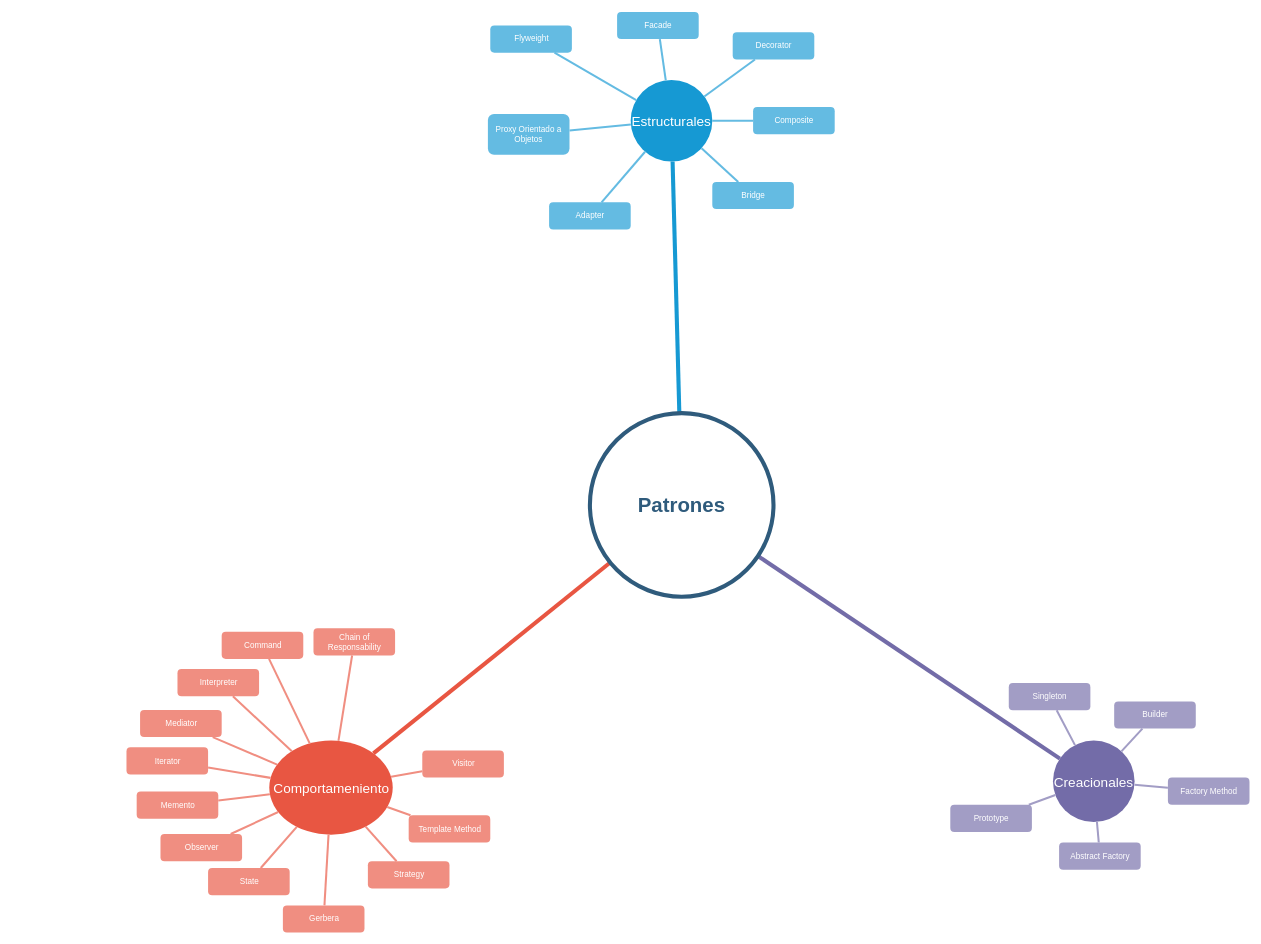
SebastianFGarcia/SebastianFGarcia keeps this draw.io diagram as Untitled Diagram.drawio. Above is the earlier version. Source tidied: cells renumbered, new cells numbered last; positions are measured from the earlier drawing's top-left corner, leaving out a move shared by most shapes. Both pictures are drawn from the tidied source at 68%, with x=0, y=0 at pixel (126, 12).
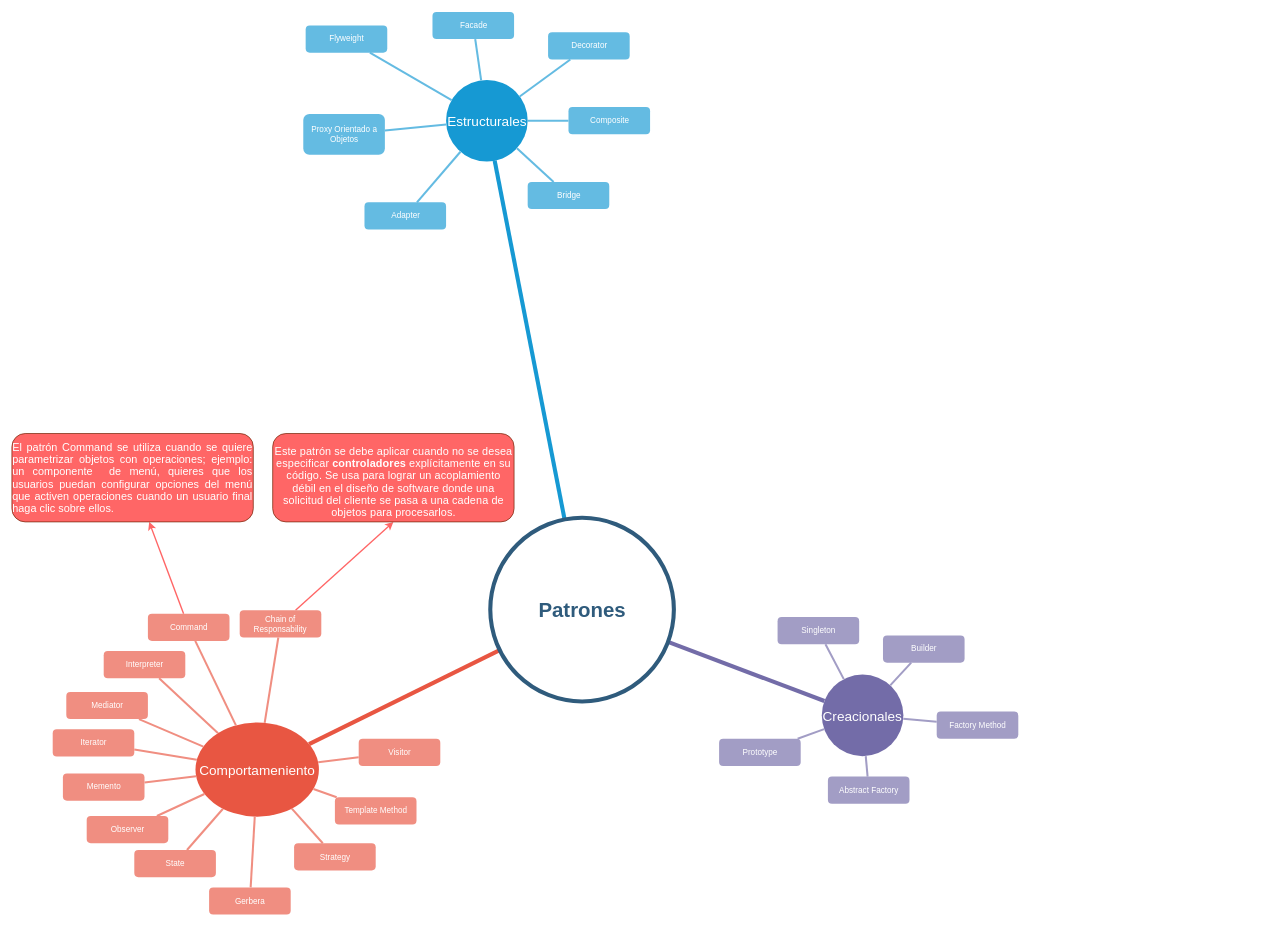
Above is the later version.

What changed in the source:
```diff
@@
     <mxCell id="2" value="Estructurales" style="ellipse;whiteSpace=wrap;html=1;shadow=0;fontFamily=Helvetica;fontSize=20;fontColor=#FFFFFF;align=center;strokeWidth=3;fillColor=#1699D3;strokeColor=none;" parent="1" vertex="1">
-      <mxGeometry x="742" y="100" width="120" height="120" as="geometry" />
+      <mxGeometry x="470.5" y="100" width="120" height="120" as="geometry" />
     </mxCell>
     <mxCell id="3" value="Creacionales" style="ellipse;whiteSpace=wrap;html=1;shadow=0;fontFamily=Helvetica;fontSize=20;fontColor=#FFFFFF;align=center;strokeWidth=3;fillColor=#736ca8;strokeColor=none;" parent="1" vertex="1">
-      <mxGeometry x="1363" y="1071.5" width="120" height="120" as="geometry" />
+      <mxGeometry x="1023" y="974.5" width="120" height="120" as="geometry" />
     </mxCell>
     <mxCell id="4" value="Comportameniento" style="ellipse;whiteSpace=wrap;html=1;shadow=0;fontFamily=Helvetica;fontSize=20;fontColor=#FFFFFF;align=center;strokeWidth=3;fillColor=#E85642;strokeColor=none;" parent="1" vertex="1">
-      <mxGeometry x="210.5" y="1071.5" width="181.5" height="138.5" as="geometry" />
+      <mxGeometry x="102" y="1045" width="181.5" height="138.5" as="geometry" />
     </mxCell>
@@
     <mxCell id="8" value="Proxy Orientado a Objetos" style="rounded=1;fillColor=#64BBE2;strokeColor=none;strokeWidth=3;shadow=0;html=1;fontColor=#FFFFFF;imageAlign=center;whiteSpace=wrap;" parent="1" vertex="1">
-      <mxGeometry x="532" y="150" width="120" height="60" as="geometry" />
+      <mxGeometry x="260.5" y="150" width="120" height="60" as="geometry" />
     </mxCell>
     <mxCell id="9" value="Flyweight" style="rounded=1;fillColor=#64BBE2;strokeColor=none;strokeWidth=3;shadow=0;html=1;fontColor=#FFFFFF;" parent="1" vertex="1">
-      <mxGeometry x="535.5" y="20" width="120" height="40" as="geometry" />
+      <mxGeometry x="264" y="20" width="120" height="40" as="geometry" />
     </mxCell>
     <mxCell id="10" value="Facade" style="rounded=1;fillColor=#64BBE2;strokeColor=none;strokeWidth=3;shadow=0;html=1;fontColor=#FFFFFF;" parent="1" vertex="1">
-      <mxGeometry x="722" width="120" height="40" as="geometry" />
+      <mxGeometry x="450.5" width="120" height="40" as="geometry" />
     </mxCell>
     <mxCell id="11" value="Decorator" style="rounded=1;fillColor=#64BBE2;strokeColor=none;strokeWidth=3;shadow=0;html=1;fontColor=#FFFFFF;" parent="1" vertex="1">
-      <mxGeometry x="892" y="30" width="120" height="40" as="geometry" />
+      <mxGeometry x="620.5" y="30" width="120" height="40" as="geometry" />
     </mxCell>
     <mxCell id="12" value="Bridge" style="rounded=1;fillColor=#64BBE2;strokeColor=none;strokeWidth=3;shadow=0;html=1;fontColor=#FFFFFF;" parent="1" vertex="1">
-      <mxGeometry x="862" y="250" width="120" height="40" as="geometry" />
+      <mxGeometry x="590.5" y="250" width="120" height="40" as="geometry" />
     </mxCell>
     <mxCell id="13" value="Composite" style="rounded=1;fillColor=#64BBE2;strokeColor=none;strokeWidth=3;shadow=0;html=1;fontColor=#FFFFFF;" parent="1" vertex="1">
-      <mxGeometry x="922" y="140" width="120" height="40" as="geometry" />
+      <mxGeometry x="650.5" y="140" width="120" height="40" as="geometry" />
     </mxCell>
     <mxCell id="14" value="Adapter" style="rounded=1;fillColor=#64BBE2;strokeColor=none;strokeWidth=3;shadow=0;html=1;fontColor=#FFFFFF;" parent="1" vertex="1">
-      <mxGeometry x="622" y="280" width="120" height="40" as="geometry" />
+      <mxGeometry x="350.5" y="280" width="120" height="40" as="geometry" />
     </mxCell>
     <mxCell id="15" style="edgeStyle=none;endArrow=none;strokeWidth=3;strokeColor=#64BBE2;html=1;" parent="1" edge="1" source="2" target="8">
-      <mxGeometry x="-870" y="-410" as="geometry" />
+      <mxGeometry x="-1141.5" y="-410" as="geometry" />
     </mxCell>
     <mxCell id="16" style="edgeStyle=none;endArrow=none;strokeWidth=3;strokeColor=#64BBE2;html=1;" parent="1" edge="1" source="2" target="9">
-      <mxGeometry x="-870" y="-410" as="geometry" />
+      <mxGeometry x="-1141.5" y="-410" as="geometry" />
     </mxCell>
     <mxCell id="17" style="edgeStyle=none;endArrow=none;strokeWidth=3;strokeColor=#64BBE2;html=1;" parent="1" edge="1" source="2" target="10">
-      <mxGeometry x="-870" y="-410" as="geometry" />
+      <mxGeometry x="-1141.5" y="-410" as="geometry" />
     </mxCell>
     <mxCell id="18" style="edgeStyle=none;endArrow=none;strokeWidth=3;strokeColor=#64BBE2;html=1;" parent="1" edge="1" source="2" target="11">
-      <mxGeometry x="-870" y="-410" as="geometry" />
+      <mxGeometry x="-1141.5" y="-410" as="geometry" />
     </mxCell>
     <mxCell id="19" style="edgeStyle=none;endArrow=none;strokeWidth=3;strokeColor=#64BBE2;html=1;" parent="1" edge="1" source="2" target="13">
-      <mxGeometry x="-870" y="-410" as="geometry" />
+      <mxGeometry x="-1141.5" y="-410" as="geometry" />
     </mxCell>
     <mxCell id="20" style="edgeStyle=none;endArrow=none;strokeWidth=3;strokeColor=#64BBE2;html=1;" parent="1" edge="1" source="2" target="12">
-      <mxGeometry x="-870" y="-410" as="geometry" />
+      <mxGeometry x="-1141.5" y="-410" as="geometry" />
     </mxCell>
     <mxCell id="21" style="edgeStyle=none;endArrow=none;strokeWidth=3;strokeColor=#64BBE2;html=1;" parent="1" edge="1" source="2" target="14">
-      <mxGeometry x="-870" y="-410" as="geometry" />
+      <mxGeometry x="-1141.5" y="-410" as="geometry" />
     </mxCell>
     <mxCell id="22" value="Singleton" style="rounded=1;fillColor=#a29dc5;strokeColor=none;strokeWidth=3;shadow=0;html=1;fontColor=#FFFFFF;" parent="1" vertex="1">
-      <mxGeometry x="1298" y="987" width="120" height="40" as="geometry" />
+      <mxGeometry x="958" y="890" width="120" height="40" as="geometry" />
     </mxCell>
     <mxCell id="23" value="Abstract Factory" style="rounded=1;fillColor=#a29dc5;strokeColor=none;strokeWidth=3;shadow=0;html=1;fontColor=#FFFFFF;" parent="1" vertex="1">
-      <mxGeometry x="1372" y="1221.5" width="120" height="40" as="geometry" />
+      <mxGeometry x="1032" y="1124.5" width="120" height="40" as="geometry" />
     </mxCell>
     <mxCell id="24" value="Builder" style="rounded=1;fillColor=#a29dc5;strokeColor=none;strokeWidth=3;shadow=0;html=1;fontColor=#FFFFFF;" parent="1" vertex="1">
-      <mxGeometry x="1453" y="1014" width="120" height="40" as="geometry" />
+      <mxGeometry x="1113" y="917" width="120" height="40" as="geometry" />
     </mxCell>
     <mxCell id="25" value="Factory Method" style="rounded=1;fillColor=#a29dc5;strokeColor=none;strokeWidth=3;shadow=0;html=1;fontColor=#FFFFFF;" parent="1" vertex="1">
-      <mxGeometry x="1532" y="1126" width="120" height="40" as="geometry" />
+      <mxGeometry x="1192" y="1029" width="120" height="40" as="geometry" />
     </mxCell>
     <mxCell id="26" value="Prototype" style="rounded=1;fillColor=#a29dc5;strokeColor=none;strokeWidth=3;shadow=0;html=1;fontColor=#FFFFFF;" parent="1" vertex="1">
-      <mxGeometry x="1212" y="1166" width="120" height="40" as="geometry" />
+      <mxGeometry x="872" y="1069" width="120" height="40" as="geometry" />
     </mxCell>
     <mxCell id="27" style="edgeStyle=none;endArrow=none;strokeWidth=3;strokeColor=#A29DC5;html=1;" parent="1" edge="1" source="3" target="25">
-      <mxGeometry x="251" y="-103.5" as="geometry" />
+      <mxGeometry x="-89" y="-200.5" as="geometry" />
     </mxCell>
     <mxCell id="28" style="edgeStyle=none;endArrow=none;strokeWidth=3;strokeColor=#A29DC5;html=1;" parent="1" edge="1" source="3" target="23">
-      <mxGeometry x="251" y="-103.5" as="geometry" />
+      <mxGeometry x="-89" y="-200.5" as="geometry" />
     </mxCell>
     <mxCell id="29" style="edgeStyle=none;endArrow=none;strokeWidth=3;strokeColor=#A29DC5;html=1;" parent="1" edge="1" source="3" target="26">
-      <mxGeometry x="251" y="-103.5" as="geometry" />
+      <mxGeometry x="-89" y="-200.5" as="geometry" />
     </mxCell>
     <mxCell id="30" style="edgeStyle=none;endArrow=none;strokeWidth=3;strokeColor=#A29DC5;html=1;" parent="1" edge="1" source="3" target="22">
-      <mxGeometry x="251" y="-103.5" as="geometry" />
+      <mxGeometry x="-89" y="-200.5" as="geometry" />
     </mxCell>
+    <mxCell id="57" style="rounded=0;jettySize=auto;html=1;entryX=0.5;entryY=1;entryDx=0;entryDy=0;fontColor=#FFFFFF;strokeWidth=2;strokeColor=#FF6666;" parent="1" edge="1" source="31" target="59">
+      <mxGeometry relative="1" as="geometry" />
+    </mxCell>
     <mxCell id="31" value="Chain of Responsability" style="rounded=1;fillColor=#f08e81;strokeColor=none;strokeWidth=3;shadow=0;html=1;fontColor=#FFFFFF;whiteSpace=wrap;" parent="1" vertex="1">
-      <mxGeometry x="275.5" y="906.5" width="120" height="40" as="geometry" />
+      <mxGeometry x="167" y="880" width="120" height="40" as="geometry" />
     </mxCell>
+    <mxCell id="58" style="edgeStyle=none;rounded=0;jettySize=auto;html=1;fontColor=#FFFFFF;strokeColor=#FF6666;strokeWidth=2;" parent="1" edge="1" source="32" target="60">
+      <mxGeometry relative="1" as="geometry" />
+    </mxCell>
     <mxCell id="32" value="Command" style="rounded=1;fillColor=#f08e81;strokeColor=none;strokeWidth=3;shadow=0;html=1;fontColor=#FFFFFF;" parent="1" vertex="1">
-      <mxGeometry x="140.5" y="911.5" width="120" height="40" as="geometry" />
+      <mxGeometry x="32" y="885" width="120" height="40" as="geometry" />
     </mxCell>
     <mxCell id="33" value="Interpreter" style="rounded=1;fillColor=#f08e81;strokeColor=none;strokeWidth=3;shadow=0;html=1;fontColor=#FFFFFF;" parent="1" vertex="1">
-      <mxGeometry x="75.5" y="966.5" width="120" height="40" as="geometry" />
+      <mxGeometry x="-33" y="940" width="120" height="40" as="geometry" />
     </mxCell>
     <mxCell id="34" value="Mediator" style="rounded=1;fillColor=#f08e81;strokeColor=none;strokeWidth=3;shadow=0;html=1;fontColor=#FFFFFF;" parent="1" vertex="1">
-      <mxGeometry x="20.5" y="1026.5" width="120" height="40" as="geometry" />
+      <mxGeometry x="-88" y="1000" width="120" height="40" as="geometry" />
     </mxCell>
     <mxCell id="35" value="Iterator" style="rounded=1;fillColor=#f08e81;strokeColor=none;strokeWidth=3;shadow=0;html=1;fontColor=#FFFFFF;" parent="1" vertex="1">
-      <mxGeometry x="0.5" y="1081.5" width="120" height="40" as="geometry" />
+      <mxGeometry x="-108" y="1055" width="120" height="40" as="geometry" />
     </mxCell>
     <mxCell id="36" value="Memento" style="rounded=1;fillColor=#f08e81;strokeColor=none;strokeWidth=3;shadow=0;html=1;fontColor=#FFFFFF;" parent="1" vertex="1">
-      <mxGeometry x="15.5" y="1146.5" width="120" height="40" as="geometry" />
+      <mxGeometry x="-93" y="1120" width="120" height="40" as="geometry" />
     </mxCell>
     <mxCell id="37" value="Observer" style="rounded=1;fillColor=#f08e81;strokeColor=none;strokeWidth=3;shadow=0;html=1;fontColor=#FFFFFF;" parent="1" vertex="1">
-      <mxGeometry x="50.5" y="1209" width="120" height="40" as="geometry" />
+      <mxGeometry x="-58" y="1182.5" width="120" height="40" as="geometry" />
     </mxCell>
     <mxCell id="38" value="State" style="rounded=1;fillColor=#f08e81;strokeColor=none;strokeWidth=3;shadow=0;html=1;fontColor=#FFFFFF;" parent="1" vertex="1">
-      <mxGeometry x="120.5" y="1259" width="120" height="40" as="geometry" />
+      <mxGeometry x="12" y="1232.5" width="120" height="40" as="geometry" />
     </mxCell>
     <mxCell id="39" value="Gerbera" style="rounded=1;fillColor=#f08e81;strokeColor=none;strokeWidth=3;shadow=0;html=1;fontColor=#FFFFFF;" parent="1" vertex="1">
-      <mxGeometry x="230.5" y="1314" width="120" height="40" as="geometry" />
+      <mxGeometry x="122" y="1287.5" width="120" height="40" as="geometry" />
     </mxCell>
     <mxCell id="40" value="Strategy" style="rounded=1;fillColor=#f08e81;strokeColor=none;strokeWidth=3;shadow=0;html=1;fontColor=#FFFFFF;" parent="1" vertex="1">
-      <mxGeometry x="355.5" y="1249" width="120" height="40" as="geometry" />
+      <mxGeometry x="247" y="1222.5" width="120" height="40" as="geometry" />
     </mxCell>
     <mxCell id="41" value="Template Method" style="rounded=1;fillColor=#f08e81;strokeColor=none;strokeWidth=3;shadow=0;html=1;fontColor=#FFFFFF;" parent="1" vertex="1">
-      <mxGeometry x="415.5" y="1181.5" width="120" height="40" as="geometry" />
+      <mxGeometry x="307" y="1155" width="120" height="40" as="geometry" />
     </mxCell>
     <mxCell id="42" value="Visitor" style="rounded=1;fillColor=#f08e81;strokeColor=none;strokeWidth=3;shadow=0;html=1;fontColor=#FFFFFF;" parent="1" vertex="1">
-      <mxGeometry x="435.5" y="1086" width="120" height="40" as="geometry" />
+      <mxGeometry x="342" y="1069" width="120" height="40" as="geometry" />
     </mxCell>
     <mxCell id="43" style="edgeStyle=none;endArrow=none;strokeWidth=3;strokeColor=#F08E81;html=1;" parent="1" edge="1" source="4" target="42">
-      <mxGeometry x="188.5" y="51.5" as="geometry" />
+      <mxGeometry x="80" y="25" as="geometry" />
     </mxCell>
     <mxCell id="44" style="edgeStyle=none;endArrow=none;strokeWidth=3;strokeColor=#F08E81;html=1;" parent="1" edge="1" source="4" target="31">
-      <mxGeometry x="188.5" y="51.5" as="geometry" />
+      <mxGeometry x="80" y="25" as="geometry" />
     </mxCell>
     <mxCell id="45" style="edgeStyle=none;endArrow=none;strokeWidth=3;strokeColor=#F08E81;html=1;" parent="1" edge="1" source="4" target="32">
-      <mxGeometry x="188.5" y="51.5" as="geometry" />
+      <mxGeometry x="80" y="25" as="geometry" />
     </mxCell>
     <mxCell id="46" style="edgeStyle=none;endArrow=none;strokeWidth=3;strokeColor=#F08E81;html=1;" parent="1" edge="1" source="4" target="33">
-      <mxGeometry x="188.5" y="51.5" as="geometry" />
+      <mxGeometry x="80" y="25" as="geometry" />
     </mxCell>
     <mxCell id="47" style="edgeStyle=none;endArrow=none;strokeWidth=3;strokeColor=#F08E81;html=1;" parent="1" edge="1" source="4" target="34">
-      <mxGeometry x="188.5" y="51.5" as="geometry" />
+      <mxGeometry x="80" y="25" as="geometry" />
     </mxCell>
     <mxCell id="48" style="edgeStyle=none;endArrow=none;strokeWidth=3;strokeColor=#F08E81;html=1;" parent="1" edge="1" source="4" target="35">
-      <mxGeometry x="188.5" y="51.5" as="geometry" />
+      <mxGeometry x="80" y="25" as="geometry" />
     </mxCell>
     <mxCell id="49" style="edgeStyle=none;endArrow=none;strokeWidth=3;strokeColor=#F08E81;html=1;" parent="1" edge="1" source="4" target="36">
-      <mxGeometry x="188.5" y="51.5" as="geometry" />
+      <mxGeometry x="80" y="25" as="geometry" />
     </mxCell>
     <mxCell id="50" style="edgeStyle=none;endArrow=none;strokeWidth=3;strokeColor=#F08E81;html=1;" parent="1" edge="1" source="4" target="37">
-      <mxGeometry x="188.5" y="51.5" as="geometry" />
+      <mxGeometry x="80" y="25" as="geometry" />
     </mxCell>
     <mxCell id="51" style="edgeStyle=none;endArrow=none;strokeWidth=3;strokeColor=#F08E81;html=1;" parent="1" edge="1" source="4" target="38">
-      <mxGeometry x="188.5" y="51.5" as="geometry" />
+      <mxGeometry x="80" y="25" as="geometry" />
     </mxCell>
     <mxCell id="52" style="edgeStyle=none;endArrow=none;strokeWidth=3;strokeColor=#F08E81;html=1;" parent="1" edge="1" source="4" target="39">
-      <mxGeometry x="188.5" y="51.5" as="geometry" />
+      <mxGeometry x="80" y="25" as="geometry" />
     </mxCell>
     <mxCell id="53" style="edgeStyle=none;endArrow=none;strokeWidth=3;strokeColor=#F08E81;html=1;" parent="1" edge="1" source="4" target="40">
-      <mxGeometry x="188.5" y="51.5" as="geometry" />
+      <mxGeometry x="80" y="25" as="geometry" />
     </mxCell>
     <mxCell id="54" style="edgeStyle=none;endArrow=none;strokeWidth=3;strokeColor=#F08E81;html=1;" parent="1" edge="1" source="4" target="41">
-      <mxGeometry x="188.5" y="51.5" as="geometry" />
+      <mxGeometry x="80" y="25" as="geometry" />
     </mxCell>
     <mxCell id="55" value="Patrones" style="ellipse;whiteSpace=wrap;html=1;shadow=0;fontFamily=Helvetica;fontSize=30;fontColor=#2F5B7C;align=center;strokeColor=#2F5B7C;strokeWidth=6;fillColor=#FFFFFF;fontStyle=1;gradientColor=none;" parent="1" vertex="1">
-      <mxGeometry x="682" y="590" width="270" height="270" as="geometry" />
+      <mxGeometry x="535.5" y="744" width="270" height="270" as="geometry" />
     </mxCell>
     <mxCell id="56" style="edgeStyle=none;endArrow=none;strokeWidth=3;strokeColor=#A29DC5;html=1;" parent="1" edge="1" source="3" target="24">
-      <mxGeometry x="-1174" y="-408.5" as="geometry" />
+      <mxGeometry x="-1514" y="-505.5" as="geometry" />
     </mxCell>
+    <mxCell id="59" value="&lt;p class=&quot;MsoNormal&quot; style=&quot;margin-bottom: 0cm ; line-height: normal ; vertical-align: baseline&quot;&gt;&lt;span style=&quot;font-size: 12pt ; font-family: &amp;#34;arial&amp;#34; , sans-serif ; letter-spacing: 0.1pt&quot;&gt;Este patrón se debe&amp;nbsp;aplicar &lt;/span&gt;&lt;span style=&quot;font-size: 12pt ; font-family: &amp;#34;arial&amp;#34; , sans-serif ; letter-spacing: 0.1pt&quot;&gt;cuando no se desea especificar &lt;b&gt;controladores&amp;nbsp;&lt;/b&gt;explícitamente en su código.&lt;/span&gt;&lt;span style=&quot;font-size: 12pt ; font-family: &amp;#34;arial&amp;#34; , sans-serif&quot;&gt; Se&lt;span style=&quot;letter-spacing: 0.1pt&quot;&gt; usa para lograr un acoplamiento débil en el diseño de software donde una solicitud del cliente se pasa a una cadena de objetos para procesarlos.&lt;/span&gt;&lt;/span&gt;&lt;span style=&quot;font-size: 12pt ; font-family: &amp;#34;arial&amp;#34; , sans-serif ; letter-spacing: 0.1pt ; background-color: white ; font-size: 12pt ; letter-spacing: 0.1pt&quot;&gt;&lt;/span&gt;&lt;/p&gt;" style="rounded=1;whiteSpace=wrap;html=1;fillColor=#FF6666;strokeColor=#6D1F00;fontColor=#ffffff;" parent="1" vertex="1">
+      <mxGeometry x="215.5" y="620" width="355" height="130" as="geometry" />
+    </mxCell>
+    <mxCell id="60" value="&lt;p class=&quot;MsoNormal&quot; style=&quot;text-align: justify ; line-height: normal&quot;&gt;&lt;span style=&quot;font-size: 12pt ; font-family: &amp;#34;arial&amp;#34; , sans-serif&quot;&gt;El patrón Command se utiliza cuando se quiere parametrizar objetos con operaciones; ejemplo: un componente&amp;nbsp; de menú, quieres que los usuarios puedan configurar opciones del menú que activen operaciones cuando un usuario final haga clic sobre ellos.&lt;/span&gt;&lt;span style=&quot;font-size: 12.0pt&quot;&gt;&lt;/span&gt;&lt;/p&gt;" style="rounded=1;whiteSpace=wrap;html=1;fillColor=#FF6666;strokeColor=#6D1F00;fontColor=#ffffff;" parent="1" vertex="1">
+      <mxGeometry x="-168" y="620" width="355" height="130" as="geometry" />
+    </mxCell>
```
